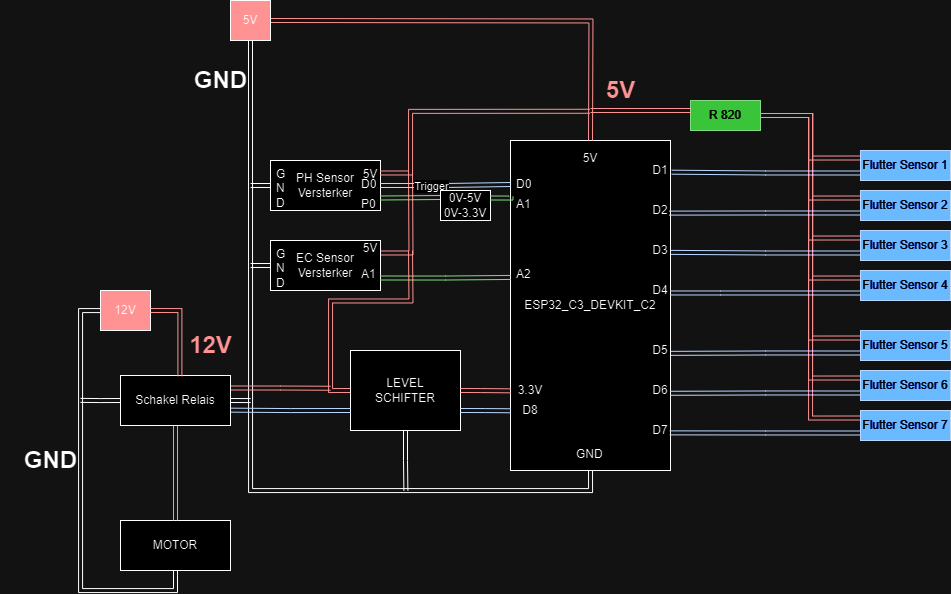
Earlier version of the draw.io export Images/Architectuur.drawio.png (vives-project-xp/GreenhouseWaterSystem). Source tidied: cells renumbered, new cells last; positions are measured from the earlier drawing's top-left corner, leaving out a move shared by most shapes.
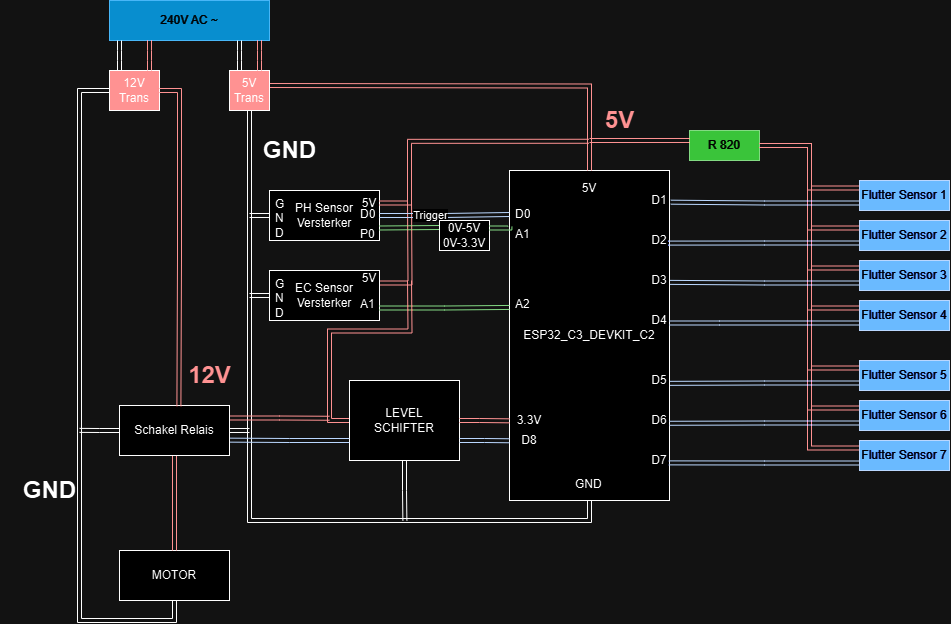
The same diagram one commit later.

What changed in the source:
```diff
@@ -50,29 +50,19 @@
     <mxCell id="17" value="ESP32_C3_DEVKIT_C2" style="html=1;whiteSpace=wrap;" parent="1" vertex="1">
       <mxGeometry x="510" y="140" width="160" height="330" as="geometry" />
     </mxCell>
-    <mxCell id="18" style="edgeStyle=orthogonalEdgeStyle;rounded=0;orthogonalLoop=1;jettySize=auto;exitX=1;exitY=0.25;exitDx=0;exitDy=0;strokeColor=#ff0000;html=1;shape=link;" parent="1" edge="1">
+    <mxCell id="18" style="edgeStyle=orthogonalEdgeStyle;rounded=0;jettySize=auto;exitX=1;exitY=0.25;exitDx=0;exitDy=0;strokeColor=#ff0000;html=1;shape=link;entryX=0.5;entryY=0;entryDx=0;entryDy=0;" parent="1" edge="1" target="17">
       <mxGeometry relative="1" as="geometry">
-        <mxPoint x="270" y="20" as="sourcePoint" />
-        <mxPoint x="590" y="140" as="targetPoint" />
+        <mxPoint x="270" y="55" as="sourcePoint" />
       </mxGeometry>
     </mxCell>
     <mxCell id="19" style="edgeStyle=orthogonalEdgeStyle;rounded=0;jettySize=auto;html=1;exitX=0.5;exitY=1;exitDx=0;exitDy=0;entryX=0.5;entryY=1;entryDx=0;entryDy=0;shape=link;" parent="1" edge="1" source="20" target="17">
       <mxGeometry relative="1" as="geometry" />
     </mxCell>
-    <mxCell id="20" value="5V" style="html=1;whiteSpace=wrap;fillColor=#ff0101;" parent="1" vertex="1">
-      <mxGeometry x="230" width="40" height="40" as="geometry" />
+    <mxCell id="20" value="5V&lt;div&gt;Trans&lt;/div&gt;" style="html=1;whiteSpace=wrap;fillColor=#ff0101;" parent="1" vertex="1">
+      <mxGeometry x="230" y="40" width="40" height="40" as="geometry" />
     </mxCell>
-    <mxCell id="21" style="edgeStyle=orthogonalEdgeStyle;rounded=0;jettySize=auto;html=1;entryX=0.5;entryY=1;entryDx=0;entryDy=0;shape=link;" parent="1" edge="1" source="22" target="65">
-      <mxGeometry relative="1" as="geometry">
-        <Array as="points">
-          <mxPoint x="80" y="310" />
-          <mxPoint x="80" y="590" />
-          <mxPoint x="175" y="590" />
-        </Array>
-      </mxGeometry>
-    </mxCell>
-    <mxCell id="22" value="12V" style="html=1;whiteSpace=wrap;fillColor=#ff0000;" parent="1" vertex="1">
-      <mxGeometry x="100" y="290" width="50" height="40" as="geometry" />
+    <mxCell id="22" value="12V&lt;div&gt;Trans&lt;/div&gt;" style="html=1;whiteSpace=wrap;fillColor=#ff0000;" parent="1" vertex="1">
+      <mxGeometry x="110" y="40" width="50" height="40" as="geometry" />
     </mxCell>
     <mxCell id="23" value="5V&lt;div&gt;&lt;br&gt;&lt;/div&gt;" style="text;html=1;align=center;verticalAlign=middle;whiteSpace=wrap;rounded=0;" parent="1" vertex="1">
       <mxGeometry x="560" y="150" width="60" height="30" as="geometry" />
@@ -165,7 +155,7 @@
       </mxGeometry>
     </mxCell>
     <mxCell id="46" value="GND" style="text;strokeColor=none;fillColor=none;html=1;fontSize=24;fontStyle=1;verticalAlign=middle;align=center;" parent="1" vertex="1">
-      <mxGeometry x="170" y="60" width="100" height="40" as="geometry" />
+      <mxGeometry x="240" y="100" width="100" height="40" as="geometry" />
     </mxCell>
     <mxCell id="47" value="GND" style="text;strokeColor=none;fillColor=none;spacingLeft=4;spacingRight=4;overflow=hidden;fontSize=12;whiteSpace=wrap;html=1;" parent="1" vertex="1">
       <mxGeometry x="570" y="440" width="40" height="30" as="geometry" />
@@ -292,5 +282,59 @@
     <mxCell id="81" value="&lt;font color=&quot;#ff0000&quot;&gt;12V&lt;/font&gt;" style="text;strokeColor=none;fillColor=none;html=1;fontSize=24;fontStyle=1;verticalAlign=middle;align=center;" parent="1" vertex="1">
       <mxGeometry x="160" y="325" width="100" height="40" as="geometry" />
     </mxCell>
+    <mxCell id="82" value="240V AC ~" style="html=1;whiteSpace=wrap;fillColor=#1ba1e2;strokeColor=#006EAF;fontColor=#ffffff;" parent="1" vertex="1">
+      <mxGeometry x="110" y="-30" width="160" height="40" as="geometry" />
+    </mxCell>
+    <mxCell id="83" style="edgeStyle=orthogonalEdgeStyle;rounded=0;orthogonalLoop=1;jettySize=auto;html=1;entryX=0.5;entryY=1;entryDx=0;entryDy=0;shape=link;" parent="1" edge="1">
+      <mxGeometry relative="1" as="geometry">
+        <mxPoint x="110" y="60" as="sourcePoint" />
+        <mxPoint x="175" y="570" as="targetPoint" />
+        <Array as="points">
+          <mxPoint x="80" y="60" />
+          <mxPoint x="80" y="590" />
+          <mxPoint x="175" y="590" />
+        </Array>
+      </mxGeometry>
+    </mxCell>
+    <mxCell id="84" style="shape=link;html=1;rounded=0;fontSize=12;startSize=8;endSize=8;curved=1;" parent="1" edge="1">
+      <mxGeometry relative="1" as="geometry">
+        <mxPoint x="120" y="10" as="sourcePoint" />
+        <mxPoint x="120" y="40" as="targetPoint" />
+        <Array as="points">
+          <mxPoint x="120" y="20" />
+          <mxPoint x="120" y="30" />
+        </Array>
+      </mxGeometry>
+    </mxCell>
+    <mxCell id="85" style="shape=link;html=1;rounded=0;fontSize=12;startSize=8;endSize=8;curved=1;strokeColor=#ff0000;" parent="1" edge="1">
+      <mxGeometry relative="1" as="geometry">
+        <mxPoint x="150" y="10" as="sourcePoint" />
+        <mxPoint x="150" y="40" as="targetPoint" />
+        <Array as="points">
+          <mxPoint x="150" y="20" />
+          <mxPoint x="150" y="30" />
+        </Array>
+      </mxGeometry>
+    </mxCell>
+    <mxCell id="86" style="shape=link;html=1;rounded=0;fontSize=12;startSize=8;endSize=8;curved=1;" parent="1" edge="1">
+      <mxGeometry relative="1" as="geometry">
+        <mxPoint x="240" y="10" as="sourcePoint" />
+        <mxPoint x="240" y="40" as="targetPoint" />
+        <Array as="points">
+          <mxPoint x="240" y="20" />
+          <mxPoint x="240" y="30" />
+        </Array>
+      </mxGeometry>
+    </mxCell>
+    <mxCell id="87" style="shape=link;html=1;rounded=0;fontSize=12;startSize=8;endSize=8;curved=1;strokeColor=#ff0000;" parent="1" edge="1">
+      <mxGeometry relative="1" as="geometry">
+        <mxPoint x="260" y="10" as="sourcePoint" />
+        <mxPoint x="260" y="40" as="targetPoint" />
+        <Array as="points">
+          <mxPoint x="260" y="20" />
+          <mxPoint x="260" y="30" />
+        </Array>
+      </mxGeometry>
+    </mxCell>
   </root>
 </mxGraphModel>
```
